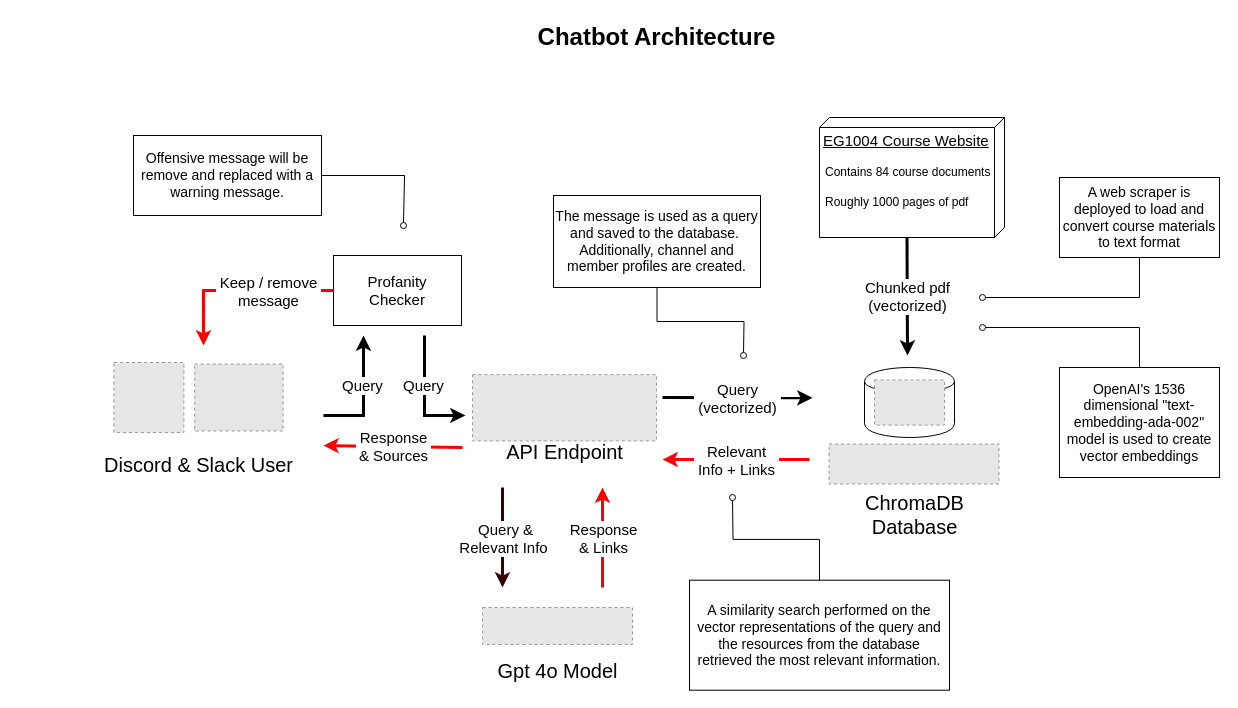
Before: chatbot_architecture.drawio in WeiKuoWei/slack-chatbot, a draw.io diagram. Source tidied: cells renumbered, new cells numbered last; positions are measured from the earlier drawing's top-left corner, leaving out a move shared by most shapes. Both pictures are drawn from the tidied source at 100%, with x=0, y=0 at pixel (93, 17). Pictures stored in the file or linked from it are replaced by grey dashed boxes.
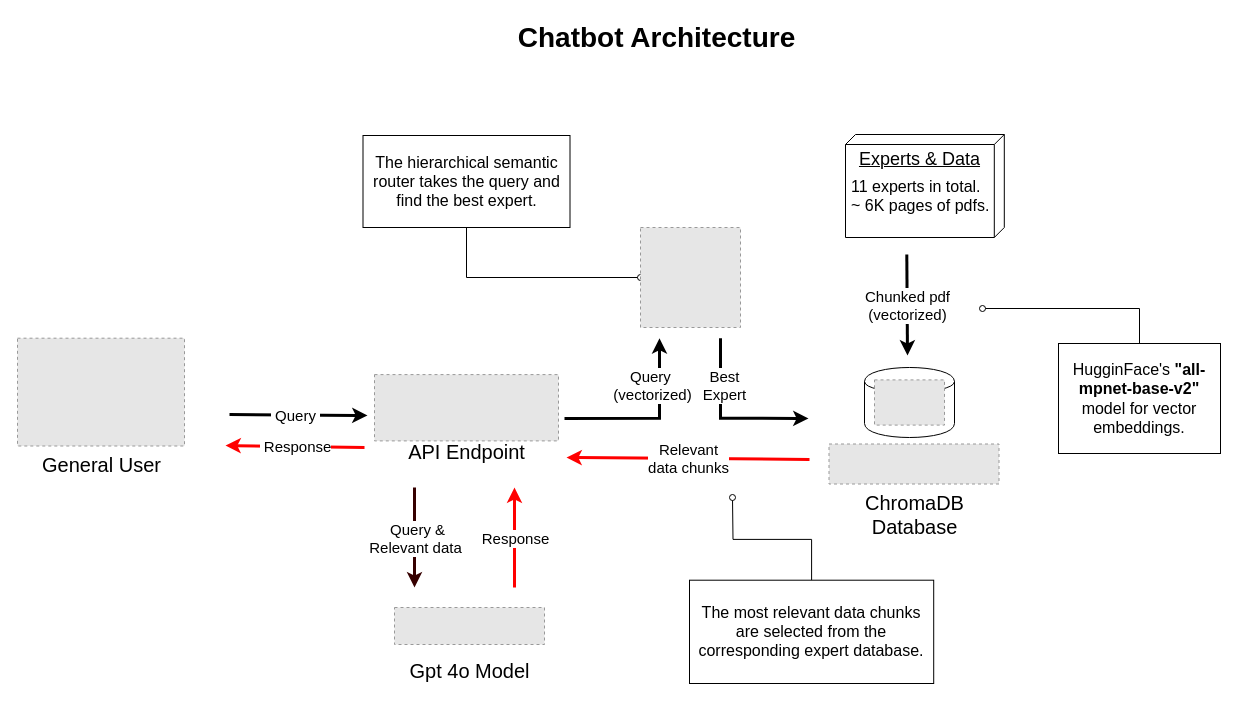
The same diagram, later.

Diff of the diagram source:
```diff
@@
-<mxGraphModel>
+<mxGraphModel background="#ffffff">
@@
-    <mxCell id="2" value="Chatbot Architecture" style="text;strokeColor=none;fillColor=none;html=1;fontSize=24;fontStyle=1;verticalAlign=middle;align=center;" parent="1" vertex="1">
+    <mxCell id="2" value="&lt;font style=&quot;font-size: 28px;&quot;&gt;Chatbot Architecture&lt;/font&gt;" style="text;strokeColor=none;fillColor=none;html=1;fontSize=24;fontStyle=1;verticalAlign=middle;align=center;" parent="1" vertex="1">
       <mxGeometry x="258" width="610" height="40" as="geometry" />
     </mxCell>
-    <mxCell id="3" style="endArrow=classic;html=1;rounded=0;strokeWidth=3;" parent="1" edge="1">
-      <mxGeometry relative="1" as="geometry">
-        <mxPoint x="230" y="398" as="sourcePoint" />
-        <mxPoint x="270" y="318" as="targetPoint" />
-        <Array as="points">
-          <mxPoint x="270" y="398" />
-        </Array>
-      </mxGeometry>
-    </mxCell>
-    <mxCell id="4" value="&lt;div&gt;&lt;span style=&quot;font-size: 15px;&quot;&gt;Query&amp;nbsp;&lt;/span&gt;&lt;br&gt;&lt;/div&gt;" style="edgeLabel;html=1;align=center;verticalAlign=middle;" parent="3" vertex="1">
-      <mxGeometry relative="1" as="geometry">
-        <mxPoint y="-11" as="offset" />
-      </mxGeometry>
-    </mxCell>
     <mxCell id="5" style="group;" parent="1" vertex="1">
-      <mxGeometry x="726" y="100" width="189" height="120" as="geometry" />
+      <mxGeometry x="752" y="100" width="189" height="120" as="geometry" />
     </mxCell>
-    <mxCell id="6" value="&lt;font style=&quot;font-size: 15px;&quot;&gt;EG1004 Course Website&lt;/font&gt;" style="verticalAlign=top;align=left;spacingTop=8;spacingLeft=2;spacingRight=12;shape=cube;size=10;direction=south;fontStyle=4;html=1;whiteSpace=wrap;" parent="5" vertex="1">
-      <mxGeometry width="185" height="120" as="geometry" />
+    <mxCell id="6" value="&lt;font style=&quot;font-size: 18px;&quot;&gt;Experts &amp;amp; Data&lt;/font&gt;" style="verticalAlign=top;align=center;spacingTop=8;spacingLeft=2;spacingRight=12;shape=cube;size=10;direction=south;fontStyle=4;html=1;whiteSpace=wrap;" parent="5" vertex="1">
+      <mxGeometry y="17" width="158.8" height="103" as="geometry" />
     </mxCell>
     <mxCell id="7" style="group;" parent="5" vertex="1">
-      <mxGeometry x="4" y="40" width="185" height="60" as="geometry" />
+      <mxGeometry x="4" y="58" width="185" height="60" as="geometry" />
     </mxCell>
-    <mxCell id="8" value="&lt;font style=&quot;font-size: 12px;&quot;&gt;Contains 84 course documents&lt;/font&gt;" style="text;html=1;align=left;verticalAlign=middle;whiteSpace=wrap;rounded=0;" parent="7" vertex="1">
-      <mxGeometry width="185" height="30" as="geometry" />
+    <mxCell id="8" value="&lt;font style=&quot;font-size: 16px;&quot;&gt;11 experts in total.&lt;/font&gt;&lt;div&gt;&lt;font style=&quot;font-size: 16px;&quot;&gt;~ 6K pages of pdfs.&amp;nbsp;&lt;br&gt;&lt;/font&gt;&lt;div&gt;&lt;font style=&quot;font-size: 12px;&quot;&gt;&lt;br&gt;&lt;/font&gt;&lt;/div&gt;&lt;/div&gt;" style="text;html=1;align=left;verticalAlign=middle;whiteSpace=wrap;rounded=0;" parent="7" vertex="1">
+      <mxGeometry y="13" width="185" height="30" as="geometry" />
     </mxCell>
-    <mxCell id="9" value="&lt;font style=&quot;font-size: 12px;&quot;&gt;Roughly 1000 pages of pdf&lt;/font&gt;" style="text;html=1;align=left;verticalAlign=middle;whiteSpace=wrap;rounded=0;" parent="7" vertex="1">
-      <mxGeometry y="30" width="185" height="30" as="geometry" />
-    </mxCell>
@@
     <mxCell id="12" style="group;" parent="1" vertex="1">
-      <mxGeometry x="379" y="357.1" width="184" height="97.3" as="geometry" />
+      <mxGeometry x="281" y="357.1" width="184" height="97.3" as="geometry" />
     </mxCell>
@@
-    <mxCell id="15" style="endArrow=classic;html=1;rounded=0;strokeWidth=3;" parent="1" edge="1">
-      <mxGeometry relative="1" as="geometry">
-        <mxPoint x="569" y="380" as="sourcePoint" />
-        <mxPoint x="719" y="380.3" as="targetPoint" />
-      </mxGeometry>
-    </mxCell>
-    <mxCell id="16" value="&lt;font style=&quot;font-size: 15px;&quot;&gt;&amp;nbsp;Query&amp;nbsp;&lt;/font&gt;&lt;div&gt;&lt;font style=&quot;font-size: 15px;&quot;&gt;&amp;nbsp;(vectorized)&amp;nbsp;&lt;/font&gt;&lt;/div&gt;" style="edgeLabel;html=1;align=center;verticalAlign=middle;" parent="15" vertex="1">
-      <mxGeometry relative="1" as="geometry" />
-    </mxCell>
     <mxCell id="17" style="endArrow=classic;html=1;rounded=0;strokeWidth=3;strokeColor=#ff0000;" parent="1" edge="1">
       <mxGeometry relative="1" as="geometry">
         <mxPoint x="716" y="442" as="sourcePoint" />
-        <mxPoint x="569" y="442" as="targetPoint" />
+        <mxPoint x="473" y="440" as="targetPoint" />
       </mxGeometry>
     </mxCell>
-    <mxCell id="18" value="&lt;span style=&quot;font-size: 15px;&quot;&gt;Relevant&lt;/span&gt;&lt;div&gt;&lt;span style=&quot;font-size: 15px;&quot;&gt;&amp;nbsp;Info + Links&amp;nbsp;&lt;/span&gt;&lt;/div&gt;" style="edgeLabel;html=1;align=center;verticalAlign=middle;" parent="17" vertex="1">
+    <mxCell id="18" value="&lt;span style=&quot;font-size: 15px;&quot;&gt;Relevant&lt;/span&gt;&lt;div&gt;&lt;span style=&quot;font-size: 15px;&quot;&gt;data chunks&lt;/span&gt;&lt;/div&gt;" style="edgeLabel;html=1;align=center;verticalAlign=middle;" parent="17" vertex="1">
       <mxGeometry relative="1" as="geometry" />
     </mxCell>
     <mxCell id="19" style="endArrow=classic;html=1;rounded=0;strokeWidth=3;strokeColor=#360000;" parent="1" edge="1">
       <mxGeometry relative="1" as="geometry">
-        <mxPoint x="409" y="470" as="sourcePoint" />
-        <mxPoint x="409" y="570" as="targetPoint" />
+        <mxPoint x="321" y="470" as="sourcePoint" />
+        <mxPoint x="321" y="570" as="targetPoint" />
       </mxGeometry>
     </mxCell>
-    <mxCell id="20" value="&lt;font style=&quot;font-size: 15px;&quot;&gt;&amp;nbsp;Query &amp;amp;&lt;/font&gt;&lt;div&gt;&lt;font style=&quot;font-size: 15px;&quot;&gt;Relevant Info&lt;/font&gt;&lt;/div&gt;" style="edgeLabel;html=1;align=center;verticalAlign=middle;" parent="19" vertex="1">
+    <mxCell id="20" value="&lt;font style=&quot;font-size: 15px;&quot;&gt;&amp;nbsp;Query &amp;amp;&lt;/font&gt;&lt;div&gt;&lt;font style=&quot;font-size: 15px;&quot;&gt;Relevant data&lt;/font&gt;&lt;/div&gt;" style="edgeLabel;html=1;align=center;verticalAlign=middle;" parent="19" vertex="1">
       <mxGeometry relative="1" as="geometry" />
     </mxCell>
     <mxCell id="21" style="endArrow=classic;html=1;rounded=0;strokeWidth=3;strokeColor=#ff0000;" parent="1" edge="1">
       <mxGeometry relative="1" as="geometry">
-        <mxPoint x="509" y="570" as="sourcePoint" />
-        <mxPoint x="509" y="470" as="targetPoint" />
+        <mxPoint x="421" y="570" as="sourcePoint" />
+        <mxPoint x="421" y="470" as="targetPoint" />
       </mxGeometry>
     </mxCell>
-    <mxCell id="22" value="&lt;span style=&quot;font-size: 15px;&quot;&gt;Response&lt;/span&gt;&lt;div&gt;&lt;span style=&quot;font-size: 15px;&quot;&gt;&amp;amp; Links&lt;/span&gt;&lt;/div&gt;" style="edgeLabel;html=1;align=center;verticalAlign=middle;" parent="21" vertex="1">
+    <mxCell id="22" value="&lt;span style=&quot;font-size: 15px;&quot;&gt;Response&lt;/span&gt;" style="edgeLabel;html=1;align=center;verticalAlign=middle;" parent="21" vertex="1">
       <mxGeometry relative="1" as="geometry" />
     </mxCell>
     <mxCell id="23" style="endArrow=classic;html=1;rounded=0;strokeWidth=3;strokeColor=#ff0000;" parent="1" edge="1">
       <mxGeometry relative="1" as="geometry">
-        <mxPoint x="369" y="430" as="sourcePoint" />
-        <mxPoint x="230" y="428" as="targetPoint" />
+        <mxPoint x="271" y="430" as="sourcePoint" />
+        <mxPoint x="132" y="428" as="targetPoint" />
       </mxGeometry>
     </mxCell>
-    <mxCell id="24" value="&lt;span style=&quot;font-size: 15px;&quot;&gt;&amp;nbsp;Response&amp;nbsp;&lt;/span&gt;&lt;div&gt;&lt;span style=&quot;font-size: 15px;&quot;&gt;&amp;amp; Sources&lt;/span&gt;&lt;/div&gt;" style="edgeLabel;html=1;align=center;verticalAlign=middle;" parent="23" vertex="1">
+    <mxCell id="24" value="&lt;span style=&quot;font-size: 15px;&quot;&gt;&amp;nbsp;Response&lt;/span&gt;" style="edgeLabel;html=1;align=center;verticalAlign=middle;" parent="23" vertex="1">
       <mxGeometry relative="1" as="geometry" />
     </mxCell>
-    <mxCell id="25" style="edgeStyle=orthogonalEdgeStyle;rounded=0;jettySize=auto;html=1;exitX=0.5;exitY=1;exitDx=0;exitDy=0;endArrow=oval;endFill=0;" parent="1" edge="1" source="26">
-      <mxGeometry relative="1" as="geometry">
-        <mxPoint x="889" y="280" as="targetPoint" />
-        <Array as="points">
-          <mxPoint x="1046" y="280" />
-        </Array>
-      </mxGeometry>
-    </mxCell>
-    <mxCell id="26" value="&lt;font style=&quot;font-size: 14px;&quot;&gt;A web scraper is deployed to load and convert course materials to text format&lt;/font&gt;" style="rounded=0;whiteSpace=wrap;html=1;" parent="1" vertex="1">
-      <mxGeometry x="966" y="160" width="160" height="80" as="geometry" />
-    </mxCell>
     <mxCell id="27" style="edgeStyle=orthogonalEdgeStyle;rounded=0;jettySize=auto;html=1;exitX=0.5;exitY=0;exitDx=0;exitDy=0;endArrow=oval;endFill=0;" parent="1" edge="1" source="28">
       <mxGeometry relative="1" as="geometry">
-        <mxPoint x="889" y="310" as="targetPoint" />
+        <mxPoint x="889" y="291" as="targetPoint" />
         <Array as="points">
-          <mxPoint x="1046" y="310" />
+          <mxPoint x="1046" y="291" />
         </Array>
       </mxGeometry>
     </mxCell>
-    <mxCell id="28" value="&lt;font style=&quot;font-size: 14px;&quot;&gt;OpenAI's 1536 dimensional &quot;text-embedding-ada-002&quot; model is used to create vector embeddings&lt;/font&gt;" style="rounded=0;whiteSpace=wrap;html=1;" parent="1" vertex="1">
-      <mxGeometry x="966" y="350" width="160" height="110" as="geometry" />
+    <mxCell id="28" value="&lt;font style=&quot;&quot;&gt;&lt;font style=&quot;font-size: 16px;&quot;&gt;HugginFace's &lt;b&gt;&quot;&lt;span style=&quot;background-color: transparent; color: light-dark(rgb(0, 0, 0), rgb(255, 255, 255));&quot;&gt;all-mpnet-base-v2&lt;/span&gt;&lt;/b&gt;&lt;span style=&quot;background-color: transparent; color: light-dark(rgb(0, 0, 0), rgb(255, 255, 255));&quot;&gt;&lt;b&gt;&quot;&lt;/b&gt; model for vector embeddings.&lt;/span&gt;&lt;/font&gt;&lt;br&gt;&lt;/font&gt;" style="rounded=0;whiteSpace=wrap;html=1;" parent="1" vertex="1">
+      <mxGeometry x="965" y="326" width="162" height="110" as="geometry" />
     </mxCell>
@@
-    <mxCell id="30" value="&lt;font style=&quot;font-size: 14px;&quot;&gt;A similarity search performed on the vector representations of the query and the resources from the database retrieved the most relevant information.&lt;/font&gt;" style="rounded=0;whiteSpace=wrap;html=1;" parent="1" vertex="1">
-      <mxGeometry x="596" y="562.7" width="260" height="110" as="geometry" />
+    <mxCell id="30" value="&lt;font style=&quot;font-size: 16px;&quot;&gt;The most relevant data chunks are selected from the corresponding expert database.&lt;/font&gt;" style="rounded=0;whiteSpace=wrap;html=1;" parent="1" vertex="1">
+      <mxGeometry x="596" y="562.7" width="244.2" height="103.3" as="geometry" />
     </mxCell>
-    <mxCell id="31" style="edgeStyle=orthogonalEdgeStyle;rounded=0;jettySize=auto;html=1;exitX=0.5;exitY=1;exitDx=0;exitDy=0;endArrow=oval;endFill=0;" parent="1" edge="1" source="32">
-      <mxGeometry relative="1" as="geometry">
-        <mxPoint x="650" y="338" as="targetPoint" />
-      </mxGeometry>
-    </mxCell>
+    <mxCell id="52" style="edgeStyle=orthogonalEdgeStyle;rounded=0;jettySize=auto;html=1;exitX=0.5;exitY=1;exitDx=0;exitDy=0;entryX=0;entryY=0.5;entryDx=0;entryDy=0;endArrow=oval;endFill=0;" parent="1" edge="1" source="32" target="55">
+      <mxGeometry relative="1" as="geometry" />
+    </mxCell>
-    <mxCell id="32" value="&lt;font style=&quot;font-size: 14px;&quot;&gt;The message is used as a query and saved to the database.&amp;nbsp;&lt;/font&gt;&lt;div&gt;&lt;font style=&quot;font-size: 14px;&quot;&gt;Additionally, channel and member profiles are created.&lt;/font&gt;&lt;/div&gt;" style="rounded=0;whiteSpace=wrap;html=1;" parent="1" vertex="1">
-      <mxGeometry x="460" y="178" width="207" height="92" as="geometry" />
+    <mxCell id="32" value="&lt;div&gt;&lt;font style=&quot;font-size: 16px;&quot;&gt;&lt;font style=&quot;&quot;&gt;The&amp;nbsp;&lt;/font&gt;&lt;span style=&quot;background-color: transparent; color: light-dark(rgb(0, 0, 0), rgb(255, 255, 255));&quot;&gt;hierarchical semantic router takes the query and find the best expert.&lt;/span&gt;&lt;/font&gt;&lt;/div&gt;" style="rounded=0;whiteSpace=wrap;html=1;" parent="1" vertex="1">
+      <mxGeometry x="269.5" y="118" width="207" height="92" as="geometry" />
     </mxCell>
-    <mxCell id="33" style="edgeStyle=orthogonalEdgeStyle;rounded=0;jettySize=auto;html=1;exitX=1;exitY=0.5;exitDx=0;exitDy=0;endArrow=oval;endFill=0;" parent="1" edge="1" source="34">
-      <mxGeometry relative="1" as="geometry">
-        <mxPoint x="310" y="208" as="targetPoint" />
-        <Array as="points">
-          <mxPoint x="311" y="158" />
-        </Array>
-      </mxGeometry>
-    </mxCell>
-    <mxCell id="34" value="&lt;span style=&quot;font-size: 14px;&quot;&gt;Offensive message will be remove and replaced with a warning message.&lt;/span&gt;" style="rounded=0;whiteSpace=wrap;html=1;" parent="1" vertex="1">
-      <mxGeometry x="40" y="118" width="188" height="80" as="geometry" />
-    </mxCell>
     <mxCell id="35" style="endArrow=classic;html=1;rounded=0;strokeWidth=3;" parent="1" edge="1">
       <mxGeometry relative="1" as="geometry">
-        <mxPoint x="331" y="318" as="sourcePoint" />
-        <mxPoint x="372" y="398" as="targetPoint" />
-        <Array as="points">
-          <mxPoint x="331" y="398" />
-        </Array>
+        <mxPoint x="136" y="397" as="sourcePoint" />
+        <mxPoint x="274" y="398" as="targetPoint" />
       </mxGeometry>
     </mxCell>
-    <mxCell id="36" value="&lt;div&gt;&lt;span style=&quot;font-size: 15px;&quot;&gt;Query&amp;nbsp;&lt;/span&gt;&lt;br&gt;&lt;/div&gt;" style="edgeLabel;html=1;align=center;verticalAlign=middle;" parent="35" vertex="1">
+    <mxCell id="36" value="&lt;div&gt;&lt;br&gt;&lt;/div&gt;" style="edgeLabel;html=1;align=center;verticalAlign=middle;" parent="35" vertex="1">
       <mxGeometry relative="1" as="geometry">
-        <mxPoint y="-12" as="offset" />
+        <mxPoint x="-3" y="-1" as="offset" />
       </mxGeometry>
     </mxCell>
-    <mxCell id="37" value="&lt;font style=&quot;font-size: 15px;&quot;&gt;Profanity&lt;/font&gt;&lt;div style=&quot;font-size: 15px;&quot;&gt;&lt;font style=&quot;font-size: 15px;&quot;&gt;Checker&lt;/font&gt;&lt;/div&gt;" style="html=1;whiteSpace=wrap;" parent="1" vertex="1">
-      <mxGeometry x="240" y="238" width="128" height="70" as="geometry" />
-    </mxCell>
-    <mxCell id="38" style="group;" parent="1" vertex="1">
-      <mxGeometry y="345" width="210" height="121.5" as="geometry" />
-    </mxCell>
-    <mxCell id="39" value="Discord &amp;amp; Slack&amp;nbsp;&lt;span style=&quot;background-color: initial;&quot;&gt;User&lt;/span&gt;" style="text;html=1;align=center;verticalAlign=middle;strokeColor=none;fillColor=none;fontSize=20;" parent="38" vertex="1">
-      <mxGeometry y="81.5" width="210" height="40" as="geometry" />
-    </mxCell>
-    <mxCell id="40" style="group;" parent="38" vertex="1">
-      <mxGeometry x="20.4" width="169.2" height="70" as="geometry" />
-    </mxCell>
-    <mxCell id="41" style="fillColor=#E6E6E6;strokeColor=#999999;dashed=1;verticalLabelPosition=bottom;labelBackgroundColor=default;verticalAlign=top;" parent="40" vertex="1">
-      <mxGeometry x="80.8" y="1.5" width="88.4" height="67" as="geometry" />
-    </mxCell>
-    <mxCell id="42" style="fillColor=#E6E6E6;strokeColor=#999999;dashed=1;verticalLabelPosition=bottom;labelBackgroundColor=default;verticalAlign=top;" parent="40" vertex="1">
-      <mxGeometry width="70" height="70" as="geometry" />
-    </mxCell>
-    <mxCell id="43" style="endArrow=classic;html=1;rounded=0;strokeWidth=3;exitX=0;exitY=0.5;exitDx=0;exitDy=0;strokeColor=#ff0000;" parent="1" edge="1" source="37">
-      <mxGeometry relative="1" as="geometry">
-        <mxPoint x="110" y="328" as="targetPoint" />
-        <Array as="points">
-          <mxPoint x="110" y="273" />
-        </Array>
-      </mxGeometry>
-    </mxCell>
-    <mxCell id="44" value="&lt;div&gt;&lt;span style=&quot;font-size: 15px;&quot;&gt;&amp;nbsp;Keep / remove&amp;nbsp;&lt;/span&gt;&lt;/div&gt;&lt;div&gt;&lt;span style=&quot;font-size: 15px;&quot;&gt;message&lt;/span&gt;&lt;/div&gt;" style="edgeLabel;html=1;align=center;verticalAlign=middle;" parent="43" vertex="1">
-      <mxGeometry relative="1" as="geometry">
-        <mxPoint x="27" as="offset" />
-      </mxGeometry>
-    </mxCell>
+    <mxCell id="4" value="&lt;span style=&quot;font-size: 15px;&quot;&gt;&amp;nbsp;Query&amp;nbsp;&lt;/span&gt;" style="edgeLabel;html=1;align=center;verticalAlign=middle;" parent="35" vertex="1">
+      <mxGeometry x="-0.05" relative="1" as="geometry" />
+    </mxCell>
     <mxCell id="45" style="fillColor=#E6E6E6;strokeColor=#999999;dashed=1;verticalLabelPosition=bottom;labelBackgroundColor=default;verticalAlign=top;" parent="1" vertex="1">
-      <mxGeometry x="389" y="590" width="150" height="37" as="geometry" />
+      <mxGeometry x="301" y="590" width="150" height="37" as="geometry" />
     </mxCell>
     <mxCell id="46" value="Gpt 4o Model" style="text;html=1;align=center;verticalAlign=middle;strokeColor=none;fillColor=none;fontSize=20;" parent="1" vertex="1">
-      <mxGeometry x="394" y="632.7" width="140" height="40" as="geometry" />
+      <mxGeometry x="306" y="632.7" width="140" height="40" as="geometry" />
     </mxCell>
@@
+    <mxCell id="53" style="group;" parent="1" vertex="1">
+      <mxGeometry x="-76" y="320.7" width="167" height="143.8" as="geometry" />
+    </mxCell>
+    <mxCell id="39" value="General&amp;nbsp;&lt;span style=&quot;background-color: initial;&quot;&gt;User&lt;/span&gt;" style="text;html=1;align=center;verticalAlign=middle;strokeColor=none;fillColor=none;fontSize=20;" parent="53" vertex="1">
+      <mxGeometry x="15" y="107.8" width="137" height="36" as="geometry" />
+    </mxCell>
+    <mxCell id="54" style="fillColor=#E6E6E6;strokeColor=#999999;dashed=1;verticalLabelPosition=bottom;labelBackgroundColor=default;verticalAlign=top;" parent="53" vertex="1">
+      <mxGeometry width="167" height="107.8" as="geometry" />
+    </mxCell>
+    <mxCell id="55" style="fillColor=#E6E6E6;strokeColor=#999999;dashed=1;verticalLabelPosition=bottom;labelBackgroundColor=default;verticalAlign=top;" parent="1" vertex="1">
+      <mxGeometry x="547" y="210" width="100" height="100" as="geometry" />
+    </mxCell>
+    <mxCell id="56" style="endArrow=classic;html=1;rounded=0;strokeWidth=3;" parent="1" edge="1">
+      <mxGeometry relative="1" as="geometry">
+        <mxPoint x="471" y="401" as="sourcePoint" />
+        <mxPoint x="566" y="320.7" as="targetPoint" />
+        <Array as="points">
+          <mxPoint x="566" y="400.7" />
+        </Array>
+      </mxGeometry>
+    </mxCell>
+    <mxCell id="16" value="&lt;div&gt;&lt;span style=&quot;font-size: 15px;&quot;&gt;Query&amp;nbsp;&lt;/span&gt;&lt;br&gt;&lt;/div&gt;&lt;div&gt;&lt;span style=&quot;font-size: 15px;&quot;&gt;(vectorized)&lt;/span&gt;&lt;/div&gt;" style="edgeLabel;html=1;align=center;verticalAlign=middle;" parent="56" vertex="1">
+      <mxGeometry relative="1" as="geometry">
+        <mxPoint y="-33" as="offset" />
+      </mxGeometry>
+    </mxCell>
+    <mxCell id="57" style="endArrow=classic;html=1;rounded=0;strokeWidth=3;" parent="1" edge="1">
+      <mxGeometry relative="1" as="geometry">
+        <mxPoint x="627" y="320.7" as="sourcePoint" />
+        <mxPoint x="715" y="401" as="targetPoint" />
+        <Array as="points">
+          <mxPoint x="627" y="400.7" />
+        </Array>
+      </mxGeometry>
+    </mxCell>
+    <mxCell id="58" value="&lt;div&gt;&lt;span style=&quot;font-size: 15px;&quot;&gt;&amp;nbsp;Best&amp;nbsp;&lt;/span&gt;&lt;br&gt;&lt;/div&gt;&lt;div&gt;&lt;span style=&quot;font-size: 15px;&quot;&gt;&amp;nbsp;Expert&amp;nbsp;&lt;/span&gt;&lt;/div&gt;" style="edgeLabel;html=1;align=center;verticalAlign=middle;" parent="57" vertex="1">
+      <mxGeometry relative="1" as="geometry">
+        <mxPoint y="-33" as="offset" />
+      </mxGeometry>
+    </mxCell>
```
